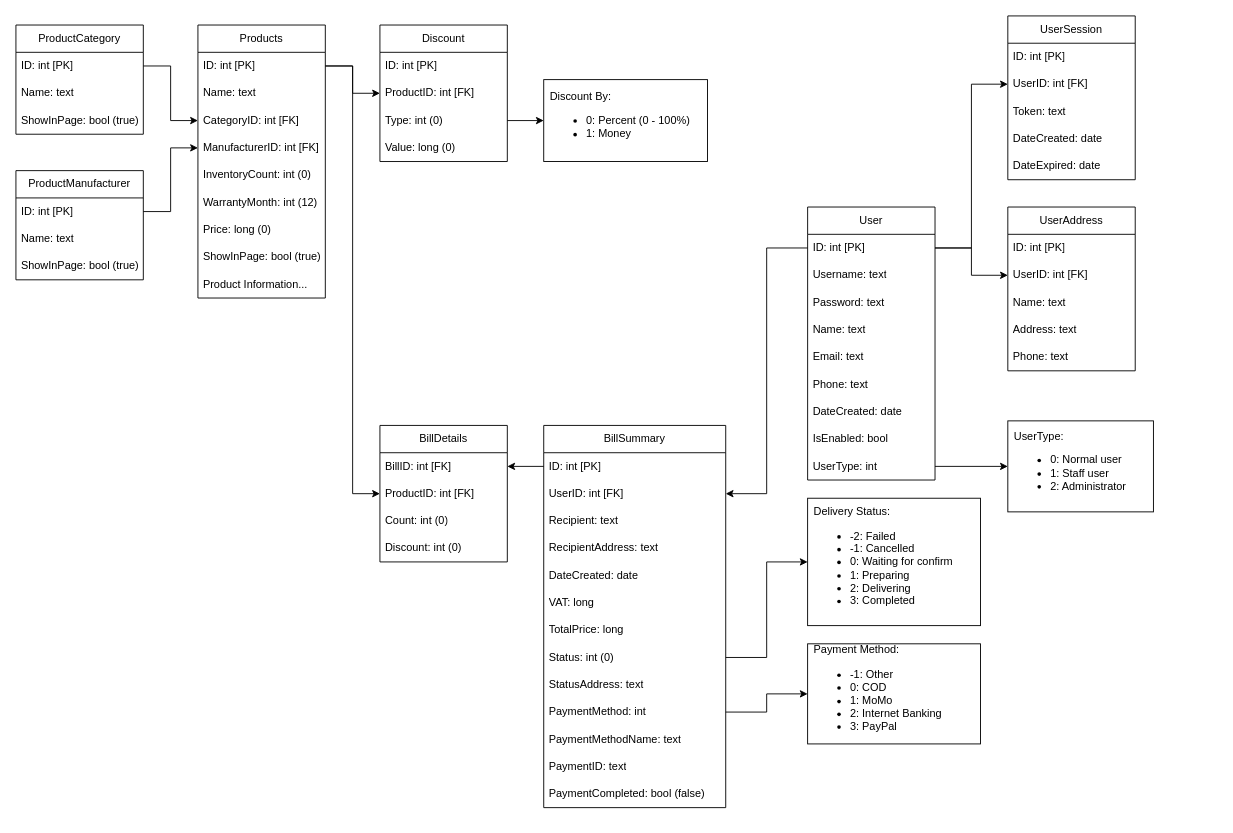
The draw.io diagram docs/PhoneStoreManager.drawio in ZoeMeow1027/capstone-project, before the edit. Source tidied: cells renumbered, new cells numbered last; positions are measured from the earlier drawing's top-left corner, leaving out a move shared by most shapes. Both pictures are drawn from the tidied source at 91%, with x=0, y=0 at pixel (15, 15).
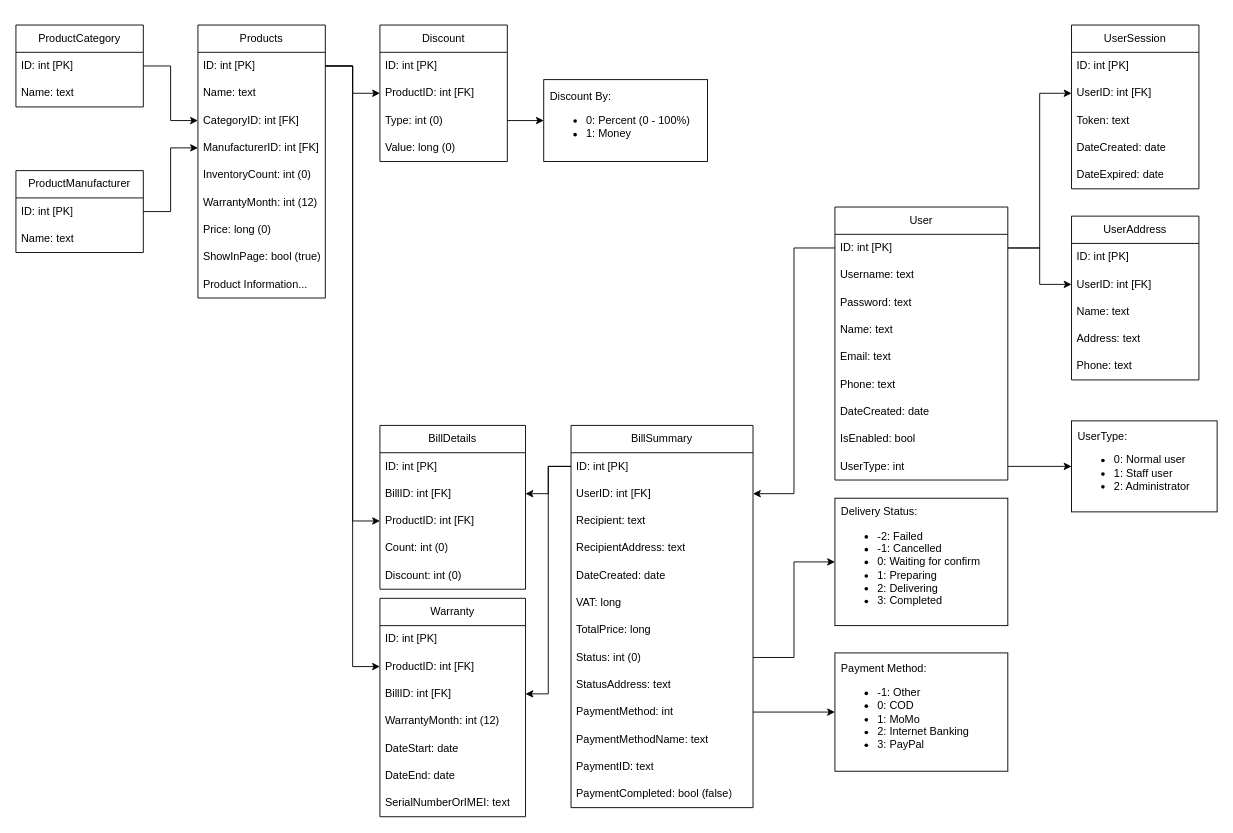
The same page after the edit.

Unchanged cells that the change refers to:
```xml
<mxCell id="3" value="ID: int [PK]" style="text;strokeColor=none;fillColor=none;align=left;verticalAlign=middle;spacingLeft=4;spacingRight=4;overflow=hidden;points=[[0,0.5],[1,0.5]];portConstraint=eastwest;whiteSpace=wrap;html=1;" parent="2" vertex="1">
  <mxGeometry y="30" width="140" height="30" as="geometry" />
</mxCell>
<mxCell id="35" value="ID: int [PK]" style="text;strokeColor=none;fillColor=none;align=left;verticalAlign=middle;spacingLeft=4;spacingRight=4;overflow=hidden;points=[[0,0.5],[1,0.5]];portConstraint=eastwest;whiteSpace=wrap;html=1;" parent="34" vertex="1">
  <mxGeometry y="30" width="200" height="30" as="geometry" />
</mxCell>
```

Diff of the diagram source:
```diff
@@
     <mxCell id="12" value="ProductCategory" style="swimlane;fontStyle=0;horizontal=1;startSize=30;whiteSpace=wrap;html=1;" parent="1" vertex="1">
-      <mxGeometry y="10" width="140" height="120" as="geometry" />
+      <mxGeometry y="10" width="140" height="90" as="geometry" />
     </mxCell>
@@
-    <mxCell id="15" value="ShowInPage: bool (true)" style="text;strokeColor=none;fillColor=none;align=left;verticalAlign=middle;spacingLeft=4;spacingRight=4;overflow=hidden;whiteSpace=wrap;html=1;" parent="12" vertex="1">
-      <mxGeometry y="90" width="140" height="30" as="geometry" />
-    </mxCell>
     <mxCell id="16" value="User" style="swimlane;fontStyle=0;horizontal=1;startSize=30;whiteSpace=wrap;html=1;" parent="1" vertex="1">
-      <mxGeometry x="870" y="210" width="140" height="300" as="geometry" />
+      <mxGeometry x="900" y="210" width="190" height="300" as="geometry" />
     </mxCell>
     <mxCell id="17" value="ID: int [PK]" style="text;strokeColor=none;fillColor=none;align=left;verticalAlign=middle;spacingLeft=4;spacingRight=4;overflow=hidden;points=[[0,0.5],[1,0.5]];portConstraint=eastwest;whiteSpace=wrap;html=1;" parent="16" vertex="1">
-      <mxGeometry y="30" width="140" height="30" as="geometry" />
+      <mxGeometry y="30" width="190" height="30" as="geometry" />
     </mxCell>
     <mxCell id="18" value="Username: text" style="text;strokeColor=none;fillColor=none;align=left;verticalAlign=middle;spacingLeft=4;spacingRight=4;overflow=hidden;whiteSpace=wrap;html=1;" parent="16" vertex="1">
-      <mxGeometry y="60" width="140" height="30" as="geometry" />
+      <mxGeometry y="60" width="190" height="30" as="geometry" />
     </mxCell>
     <mxCell id="19" value="Password: text" style="text;strokeColor=none;fillColor=none;align=left;verticalAlign=middle;spacingLeft=4;spacingRight=4;overflow=hidden;whiteSpace=wrap;html=1;" parent="16" vertex="1">
-      <mxGeometry y="90" width="140" height="30" as="geometry" />
+      <mxGeometry y="90" width="190" height="30" as="geometry" />
     </mxCell>
     <mxCell id="20" value="Name: text" style="text;strokeColor=none;fillColor=none;align=left;verticalAlign=middle;spacingLeft=4;spacingRight=4;overflow=hidden;whiteSpace=wrap;html=1;" parent="16" vertex="1">
-      <mxGeometry y="120" width="140" height="30" as="geometry" />
+      <mxGeometry y="120" width="190" height="30" as="geometry" />
     </mxCell>
     <mxCell id="21" value="Email: text" style="text;strokeColor=none;fillColor=none;align=left;verticalAlign=middle;spacingLeft=4;spacingRight=4;overflow=hidden;whiteSpace=wrap;html=1;" parent="16" vertex="1">
-      <mxGeometry y="150" width="140" height="30" as="geometry" />
+      <mxGeometry y="150" width="190" height="30" as="geometry" />
     </mxCell>
     <mxCell id="22" value="Phone: text" style="text;strokeColor=none;fillColor=none;align=left;verticalAlign=middle;spacingLeft=4;spacingRight=4;overflow=hidden;whiteSpace=wrap;html=1;" parent="16" vertex="1">
-      <mxGeometry y="180" width="140" height="30" as="geometry" />
+      <mxGeometry y="180" width="190" height="30" as="geometry" />
     </mxCell>
     <mxCell id="23" value="DateCreated: date" style="text;strokeColor=none;fillColor=none;align=left;verticalAlign=middle;spacingLeft=4;spacingRight=4;overflow=hidden;whiteSpace=wrap;html=1;" parent="16" vertex="1">
-      <mxGeometry y="210" width="140" height="30" as="geometry" />
+      <mxGeometry y="210" width="190" height="30" as="geometry" />
     </mxCell>
     <mxCell id="24" value="IsEnabled: bool" style="text;strokeColor=none;fillColor=none;align=left;verticalAlign=middle;spacingLeft=4;spacingRight=4;overflow=hidden;whiteSpace=wrap;html=1;" parent="16" vertex="1">
-      <mxGeometry y="240" width="140" height="30" as="geometry" />
+      <mxGeometry y="240" width="190" height="30" as="geometry" />
     </mxCell>
     <mxCell id="25" value="UserType: int" style="text;strokeColor=none;fillColor=none;align=left;verticalAlign=middle;spacingLeft=4;spacingRight=4;overflow=hidden;points=[[0,0.5],[1,0.5]];portConstraint=eastwest;whiteSpace=wrap;html=1;" parent="16" vertex="1">
-      <mxGeometry y="270" width="140" height="30" as="geometry" />
+      <mxGeometry y="270" width="190" height="30" as="geometry" />
     </mxCell>
     <mxCell id="26" value="UserType:&lt;br&gt;&lt;ul&gt;&lt;li&gt;0: Normal user&lt;/li&gt;&lt;li&gt;1: Staff user&lt;/li&gt;&lt;li&gt;2: Administrator&lt;/li&gt;&lt;/ul&gt;" style="rounded=0;whiteSpace=wrap;html=1;align=left;spacingTop=5;spacingBottom=6;spacingLeft=5;spacingRight=5;" parent="1" vertex="1">
-      <mxGeometry x="1090" y="445" width="160" height="100" as="geometry" />
+      <mxGeometry x="1160" y="445" width="160" height="100" as="geometry" />
     </mxCell>
@@
     <mxCell id="28" value="ProductManufacturer" style="swimlane;fontStyle=0;horizontal=1;startSize=30;whiteSpace=wrap;html=1;" parent="1" vertex="1">
-      <mxGeometry y="170" width="140" height="120" as="geometry" />
+      <mxGeometry y="170" width="140" height="90" as="geometry" />
     </mxCell>
@@
-    <mxCell id="31" value="ShowInPage: bool (true)" style="text;strokeColor=none;fillColor=none;align=left;verticalAlign=middle;spacingLeft=4;spacingRight=4;overflow=hidden;whiteSpace=wrap;html=1;" parent="28" vertex="1">
-      <mxGeometry y="90" width="140" height="30" as="geometry" />
-    </mxCell>
@@
     <mxCell id="34" value="BillSummary" style="swimlane;fontStyle=0;horizontal=1;startSize=30;whiteSpace=wrap;html=1;" parent="1" vertex="1">
-      <mxGeometry x="580" y="450" width="200" height="420" as="geometry" />
+      <mxGeometry x="610" y="450" width="200" height="420" as="geometry" />
     </mxCell>
@@
     <mxCell id="48" value="UserAddress" style="swimlane;fontStyle=0;horizontal=1;startSize=30;whiteSpace=wrap;html=1;" parent="1" vertex="1">
-      <mxGeometry x="1090" y="210" width="140" height="180" as="geometry" />
+      <mxGeometry x="1160" y="220" width="140" height="180" as="geometry" />
     </mxCell>
@@
     <mxCell id="56" value="BillDetails" style="swimlane;fontStyle=0;horizontal=1;startSize=30;whiteSpace=wrap;html=1;" parent="1" vertex="1">
-      <mxGeometry x="400" y="450" width="140" height="150" as="geometry" />
+      <mxGeometry x="400" y="450" width="160" height="180" as="geometry" />
     </mxCell>
+    <mxCell id="82" value="ID: int [PK]" style="text;strokeColor=none;fillColor=none;align=left;verticalAlign=middle;spacingLeft=4;spacingRight=4;overflow=hidden;whiteSpace=wrap;html=1;" parent="56" vertex="1">
+      <mxGeometry y="30" width="160" height="30" as="geometry" />
+    </mxCell>
     <mxCell id="57" value="BillID: int [FK]" style="text;strokeColor=none;fillColor=none;align=left;verticalAlign=middle;spacingLeft=4;spacingRight=4;overflow=hidden;points=[[0,0.5],[1,0.5]];portConstraint=eastwest;whiteSpace=wrap;html=1;" parent="56" vertex="1">
-      <mxGeometry y="30" width="140" height="30" as="geometry" />
+      <mxGeometry y="60" width="160" height="30" as="geometry" />
     </mxCell>
     <mxCell id="58" value="ProductID: int [FK]" style="text;strokeColor=none;fillColor=none;align=left;verticalAlign=middle;spacingLeft=4;spacingRight=4;overflow=hidden;points=[[0,0.5],[1,0.5]];portConstraint=eastwest;whiteSpace=wrap;html=1;" parent="56" vertex="1">
-      <mxGeometry y="60" width="140" height="30" as="geometry" />
+      <mxGeometry y="90" width="160" height="30" as="geometry" />
     </mxCell>
     <mxCell id="59" value="Count: int (0)" style="text;strokeColor=none;fillColor=none;align=left;verticalAlign=middle;spacingLeft=4;spacingRight=4;overflow=hidden;whiteSpace=wrap;html=1;" parent="56" vertex="1">
-      <mxGeometry y="90" width="140" height="30" as="geometry" />
+      <mxGeometry y="120" width="160" height="30" as="geometry" />
     </mxCell>
     <mxCell id="60" value="Discount: int (0)" style="text;strokeColor=none;fillColor=none;align=left;verticalAlign=middle;spacingLeft=4;spacingRight=4;overflow=hidden;whiteSpace=wrap;html=1;" parent="56" vertex="1">
-      <mxGeometry y="120" width="140" height="30" as="geometry" />
+      <mxGeometry y="150" width="160" height="30" as="geometry" />
     </mxCell>
@@
     <mxCell id="62" value="Delivery Status:&lt;br&gt;&lt;ul&gt;&lt;li&gt;-2: Failed&lt;/li&gt;&lt;li&gt;-1: Cancelled&lt;/li&gt;&lt;li&gt;0: Waiting for confirm&lt;/li&gt;&lt;li&gt;1: Preparing&lt;/li&gt;&lt;li&gt;2: Delivering&lt;/li&gt;&lt;li&gt;3: Completed&lt;/li&gt;&lt;/ul&gt;" style="rounded=0;whiteSpace=wrap;html=1;align=left;spacingTop=5;spacingBottom=6;spacingLeft=5;spacingRight=5;" parent="1" vertex="1">
-      <mxGeometry x="870" y="530" width="190" height="140" as="geometry" />
+      <mxGeometry x="900" y="530" width="190" height="140" as="geometry" />
     </mxCell>
@@
     <mxCell id="71" value="Payment Method:&lt;br&gt;&lt;ul&gt;&lt;li&gt;-1: Other&lt;/li&gt;&lt;li&gt;0: COD&lt;/li&gt;&lt;li&gt;1: MoMo&lt;/li&gt;&lt;li&gt;2: Internet Banking&lt;/li&gt;&lt;li&gt;3: PayPal&lt;/li&gt;&lt;/ul&gt;" style="rounded=0;whiteSpace=wrap;html=1;align=left;spacingTop=5;spacingBottom=6;spacingLeft=5;spacingRight=5;" parent="1" vertex="1">
-      <mxGeometry x="870" y="690" width="190" height="110" as="geometry" />
+      <mxGeometry x="900" y="700" width="190" height="130" as="geometry" />
     </mxCell>
@@
     <mxCell id="74" style="edgeStyle=orthogonalEdgeStyle;rounded=0;jettySize=auto;html=1;entryX=0;entryY=0.5;entryDx=0;entryDy=0;" parent="1" edge="1" source="3" target="58">
       <mxGeometry relative="1" as="geometry">
         <Array as="points">
           <mxPoint x="370" y="55" />
-          <mxPoint x="370" y="525" />
+          <mxPoint x="370" y="555" />
         </Array>
       </mxGeometry>
     </mxCell>
     <mxCell id="75" value="UserSession" style="swimlane;fontStyle=0;horizontal=1;startSize=30;whiteSpace=wrap;html=1;" parent="1" vertex="1">
-      <mxGeometry x="1090" width="140" height="180" as="geometry" />
+      <mxGeometry x="1160" y="10" width="140" height="180" as="geometry" />
     </mxCell>
@@
+    <mxCell id="83" value="Warranty" style="swimlane;fontStyle=0;horizontal=1;startSize=30;whiteSpace=wrap;html=1;" parent="1" vertex="1">
+      <mxGeometry x="400" y="640" width="160" height="240" as="geometry" />
+    </mxCell>
+    <mxCell id="84" value="ID: int [PK]" style="text;strokeColor=none;fillColor=none;align=left;verticalAlign=middle;spacingLeft=4;spacingRight=4;overflow=hidden;whiteSpace=wrap;html=1;" parent="83" vertex="1">
+      <mxGeometry y="30" width="160" height="30" as="geometry" />
+    </mxCell>
+    <mxCell id="85" value="ProductID: int [FK]" style="text;strokeColor=none;fillColor=none;align=left;verticalAlign=middle;spacingLeft=4;spacingRight=4;overflow=hidden;points=[[0,0.5],[1,0.5]];portConstraint=eastwest;whiteSpace=wrap;html=1;" parent="83" vertex="1">
+      <mxGeometry y="60" width="160" height="30" as="geometry" />
+    </mxCell>
+    <mxCell id="86" value="BillID: int [FK]" style="text;strokeColor=none;fillColor=none;align=left;verticalAlign=middle;spacingLeft=4;spacingRight=4;overflow=hidden;points=[[0,0.5],[1,0.5]];portConstraint=eastwest;whiteSpace=wrap;html=1;" parent="83" vertex="1">
+      <mxGeometry y="90" width="160" height="30" as="geometry" />
+    </mxCell>
+    <mxCell id="87" value="WarrantyMonth: int (12)" style="text;strokeColor=none;fillColor=none;align=left;verticalAlign=middle;spacingLeft=4;spacingRight=4;overflow=hidden;whiteSpace=wrap;html=1;" parent="83" vertex="1">
+      <mxGeometry y="120" width="160" height="30" as="geometry" />
+    </mxCell>
+    <mxCell id="88" value="DateStart: date" style="text;strokeColor=none;fillColor=none;align=left;verticalAlign=middle;spacingLeft=4;spacingRight=4;overflow=hidden;whiteSpace=wrap;html=1;" parent="83" vertex="1">
+      <mxGeometry y="150" width="160" height="30" as="geometry" />
+    </mxCell>
+    <mxCell id="89" value="DateEnd: date" style="text;strokeColor=none;fillColor=none;align=left;verticalAlign=middle;spacingLeft=4;spacingRight=4;overflow=hidden;whiteSpace=wrap;html=1;" parent="83" vertex="1">
+      <mxGeometry y="180" width="160" height="30" as="geometry" />
+    </mxCell>
+    <mxCell id="90" value="SerialNumberOrIMEI: text" style="text;strokeColor=none;fillColor=none;align=left;verticalAlign=middle;spacingLeft=4;spacingRight=4;overflow=hidden;whiteSpace=wrap;html=1;" parent="83" vertex="1">
+      <mxGeometry y="210" width="160" height="30" as="geometry" />
+    </mxCell>
+    <mxCell id="91" style="edgeStyle=orthogonalEdgeStyle;rounded=0;jettySize=auto;html=1;entryX=0;entryY=0.5;entryDx=0;entryDy=0;" parent="1" edge="1" source="3" target="85">
+      <mxGeometry relative="1" as="geometry" />
+    </mxCell>
+    <mxCell id="92" style="edgeStyle=orthogonalEdgeStyle;rounded=0;jettySize=auto;html=1;entryX=1;entryY=0.5;entryDx=0;entryDy=0;" parent="1" edge="1" source="35" target="86">
+      <mxGeometry relative="1" as="geometry" />
+    </mxCell>
```
